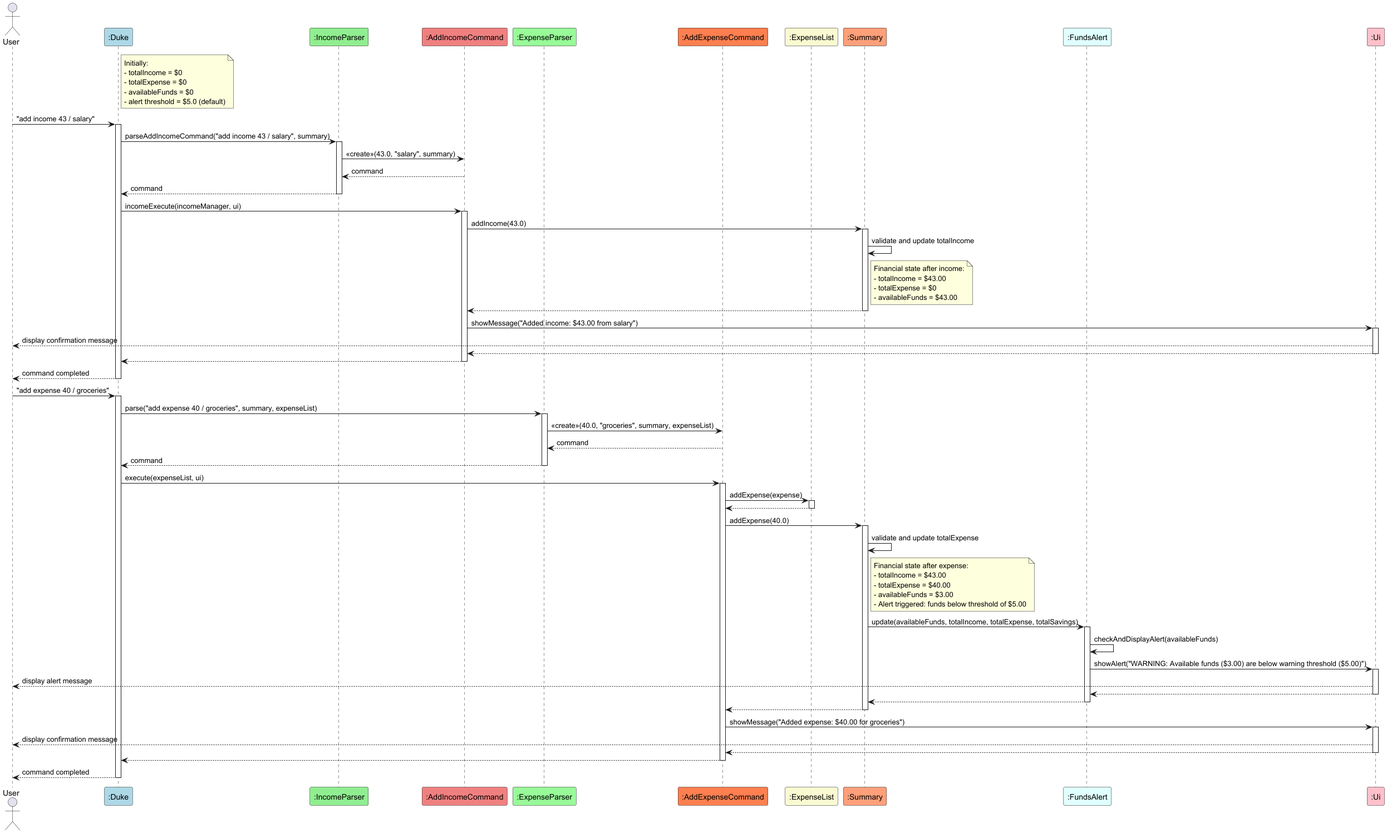
Above: docs/images/TriggerAlert.png in xiaojielei/tp (PlantUML), before the change. Source of this version:
```plantuml
@startuml

actor User
participant ":Duke" as Duke #LightBlue
participant ":IncomeParser" as IncomeParser #LightGreen
participant ":AddIncomeCommand" as AddIncomeCommand #LightCoral
participant ":ExpenseParser" as ExpenseParser #PaleGreen
participant ":AddExpenseCommand" as AddExpenseCommand #Coral
participant ":ExpenseList" as ExpenseList #LightGoldenRodYellow
participant ":Summary" as Summary #LightSalmon
participant ":FundsAlert" as FundsAlert #LightCyan
participant ":Ui" as Ui #Pink

note right of Duke
  Initially:
  - totalIncome = $0
  - totalExpense = $0
  - availableFunds = $0
  - alert threshold = $5.0 (default)
end note

User -> Duke: "add income 43 / salary"
activate Duke

Duke -> IncomeParser: parseAddIncomeCommand("add income 43 / salary", summary)
activate IncomeParser
IncomeParser -> AddIncomeCommand: <<create>>(43.0, "salary", summary)
AddIncomeCommand --> IncomeParser: command
IncomeParser --> Duke: command
deactivate IncomeParser

Duke -> AddIncomeCommand: incomeExecute(incomeManager, ui)
activate AddIncomeCommand
AddIncomeCommand -> Summary: addIncome(43.0)
activate Summary
Summary -> Summary: validate and update totalIncome

note right of Summary
  Financial state after income:
  - totalIncome = $43.00
  - totalExpense = $0
  - availableFunds = $43.00
end note

Summary --> AddIncomeCommand
deactivate Summary

AddIncomeCommand -> Ui: showMessage("Added income: $43.00 from salary")
activate Ui
Ui --> User: display confirmation message
Ui --> AddIncomeCommand
deactivate Ui

AddIncomeCommand --> Duke
deactivate AddIncomeCommand
Duke --> User: command completed
deactivate Duke

User -> Duke: "add expense 40 / groceries"
activate Duke

Duke -> ExpenseParser: parse("add expense 40 / groceries", summary, expenseList)
activate ExpenseParser
ExpenseParser -> AddExpenseCommand: <<create>>(40.0, "groceries", summary, expenseList)
AddExpenseCommand --> ExpenseParser: command
ExpenseParser --> Duke: command
deactivate ExpenseParser

Duke -> AddExpenseCommand: execute(expenseList, ui)
activate AddExpenseCommand

AddExpenseCommand -> ExpenseList: addExpense(expense)
activate ExpenseList
ExpenseList --> AddExpenseCommand
deactivate ExpenseList

AddExpenseCommand -> Summary: addExpense(40.0)
activate Summary
Summary -> Summary: validate and update totalExpense

note right of Summary
  Financial state after expense:
  - totalIncome = $43.00
  - totalExpense = $40.00
  - availableFunds = $3.00
  - Alert triggered: funds below threshold of $5.00
end note

Summary -> FundsAlert: update(availableFunds, totalIncome, totalExpense, totalSavings)
activate FundsAlert

FundsAlert -> FundsAlert: checkAndDisplayAlert(availableFunds)
FundsAlert -> Ui: showAlert("WARNING: Available funds ($3.00) are below warning threshold ($5.00)")
activate Ui
Ui --> User: display alert message
Ui --> FundsAlert
deactivate Ui

FundsAlert --> Summary
deactivate FundsAlert

Summary --> AddExpenseCommand
deactivate Summary

AddExpenseCommand -> Ui: showMessage("Added expense: $40.00 for groceries")
activate Ui
Ui --> User: display confirmation message
Ui --> AddExpenseCommand
deactivate Ui

AddExpenseCommand --> Duke
deactivate AddExpenseCommand

Duke --> User: command completed
deactivate Duke
@enduml
```
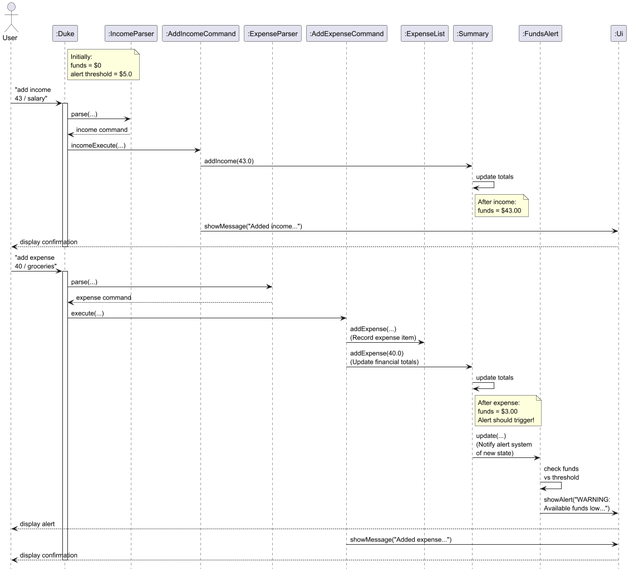
The same diagram one commit later.

What changed in the source:
```diff
@@ -1,116 +1,58 @@
 @startuml
+hide footbox
 
 actor User
-participant ":Duke" as Duke #LightBlue
-participant ":IncomeParser" as IncomeParser #LightGreen
-participant ":AddIncomeCommand" as AddIncomeCommand #LightCoral
-participant ":ExpenseParser" as ExpenseParser #PaleGreen
-participant ":AddExpenseCommand" as AddExpenseCommand #Coral
-participant ":ExpenseList" as ExpenseList #LightGoldenRodYellow
-participant ":Summary" as Summary #LightSalmon
-participant ":FundsAlert" as FundsAlert #LightCyan
-participant ":Ui" as Ui #Pink
+participant ":Duke" as Duke
+participant ":IncomeParser" as IncomeParser
+participant ":AddIncomeCommand" as AddIncomeCommand
+participant ":ExpenseParser" as ExpenseParser
+participant ":AddExpenseCommand" as AddExpenseCommand
+participant ":ExpenseList" as ExpenseList
+participant ":Summary" as Summary
+participant ":FundsAlert" as FundsAlert
+participant ":Ui" as Ui
 
 note right of Duke
   Initially:
-  - totalIncome = $0
-  - totalExpense = $0
-  - availableFunds = $0
-  - alert threshold = $5.0 (default)
+  funds = $0
+  alert threshold = $5.0
 end note
 
-User -> Duke: "add income 43 / salary"
+User -> Duke: "add income \n43 / salary"
 activate Duke
-
-Duke -> IncomeParser: parseAddIncomeCommand("add income 43 / salary", summary)
-activate IncomeParser
-IncomeParser -> AddIncomeCommand: <<create>>(43.0, "salary", summary)
-AddIncomeCommand --> IncomeParser: command
-IncomeParser --> Duke: command
-deactivate IncomeParser
-
-Duke -> AddIncomeCommand: incomeExecute(incomeManager, ui)
-activate AddIncomeCommand
+Duke -> IncomeParser: parse(...)
+IncomeParser --> Duke: income command
+Duke -> AddIncomeCommand: incomeExecute(...)
 AddIncomeCommand -> Summary: addIncome(43.0)
-activate Summary
-Summary -> Summary: validate and update totalIncome
-
+Summary -> Summary: update totals
 note right of Summary
-  Financial state after income:
-  - totalIncome = $43.00
-  - totalExpense = $0
-  - availableFunds = $43.00
+  After income:
+  funds = $43.00
 end note
-
-Summary --> AddIncomeCommand
-deactivate Summary
-
-AddIncomeCommand -> Ui: showMessage("Added income: $43.00 from salary")
-activate Ui
-Ui --> User: display confirmation message
-Ui --> AddIncomeCommand
-deactivate Ui
-
-AddIncomeCommand --> Duke
-deactivate AddIncomeCommand
-Duke --> User: command completed
+AddIncomeCommand -> Ui: showMessage("Added income...")
+Ui --> User: display confirmation
 deactivate Duke
 
-User -> Duke: "add expense 40 / groceries"
+User -> Duke: "add expense \n40 / groceries"
 activate Duke
+Duke -> ExpenseParser: parse(...)
+ExpenseParser --> Duke: expense command
+Duke -> AddExpenseCommand: execute(...)
 
-Duke -> ExpenseParser: parse("add expense 40 / groceries", summary, expenseList)
-activate ExpenseParser
-ExpenseParser -> AddExpenseCommand: <<create>>(40.0, "groceries", summary, expenseList)
-AddExpenseCommand --> ExpenseParser: command
-ExpenseParser --> Duke: command
-deactivate ExpenseParser
+AddExpenseCommand -> ExpenseList: addExpense(...)\n(Record expense item)
+AddExpenseCommand -> Summary: addExpense(40.0)\n(Update financial totals)
+Summary -> Summary: update totals
+note right of Summary
+  After expense:
+  funds = $3.00
+  Alert should trigger!
+end note
+Summary -> FundsAlert: update(...)\n(Notify alert system\nof new state)
+FundsAlert -> FundsAlert: check funds\nvs threshold
+FundsAlert -> Ui: showAlert("WARNING:\nAvailable funds low...")
+Ui --> User: display alert
+AddExpenseCommand -> Ui: showMessage("Added expense...")
+Ui --> User: display confirmation
+deactivate Duke
 
-Duke -> AddExpenseCommand: execute(expenseList, ui)
-activate AddExpenseCommand
-
-AddExpenseCommand -> ExpenseList: addExpense(expense)
-activate ExpenseList
-ExpenseList --> AddExpenseCommand
-deactivate ExpenseList
-
-AddExpenseCommand -> Summary: addExpense(40.0)
-activate Summary
-Summary -> Summary: validate and update totalExpense
-
-note right of Summary
-  Financial state after expense:
-  - totalIncome = $43.00
-  - totalExpense = $40.00
-  - availableFunds = $3.00
-  - Alert triggered: funds below threshold of $5.00
-end note
-
-Summary -> FundsAlert: update(availableFunds, totalIncome, totalExpense, totalSavings)
-activate FundsAlert
-
-FundsAlert -> FundsAlert: checkAndDisplayAlert(availableFunds)
-FundsAlert -> Ui: showAlert("WARNING: Available funds ($3.00) are below warning threshold ($5.00)")
-activate Ui
-Ui --> User: display alert message
-Ui --> FundsAlert
-deactivate Ui
-
-FundsAlert --> Summary
-deactivate FundsAlert
-
-Summary --> AddExpenseCommand
-deactivate Summary
-
-AddExpenseCommand -> Ui: showMessage("Added expense: $40.00 for groceries")
-activate Ui
-Ui --> User: display confirmation message
-Ui --> AddExpenseCommand
-deactivate Ui
-
-AddExpenseCommand --> Duke
-deactivate AddExpenseCommand
-
-Duke --> User: command completed
-deactivate Duke
 @enduml
```
